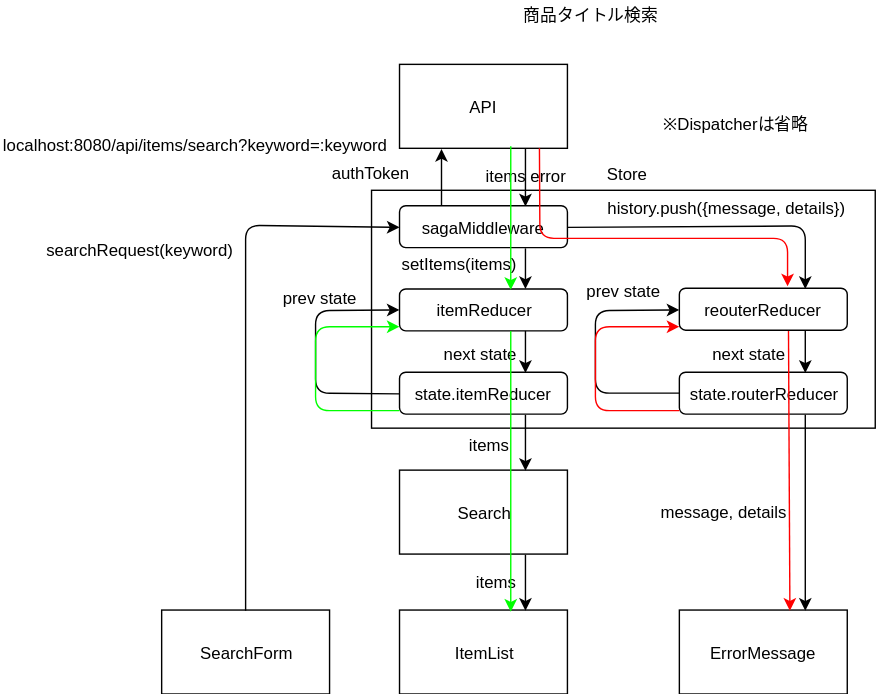
emgniddikur/react-app keeps this draw.io diagram as diagram/dataFlow/search.svg. Above is the earlier version. Source tidied: cells renumbered, new cells last; positions are measured from the earlier drawing's top-left corner, leaving out a move shared by most shapes.
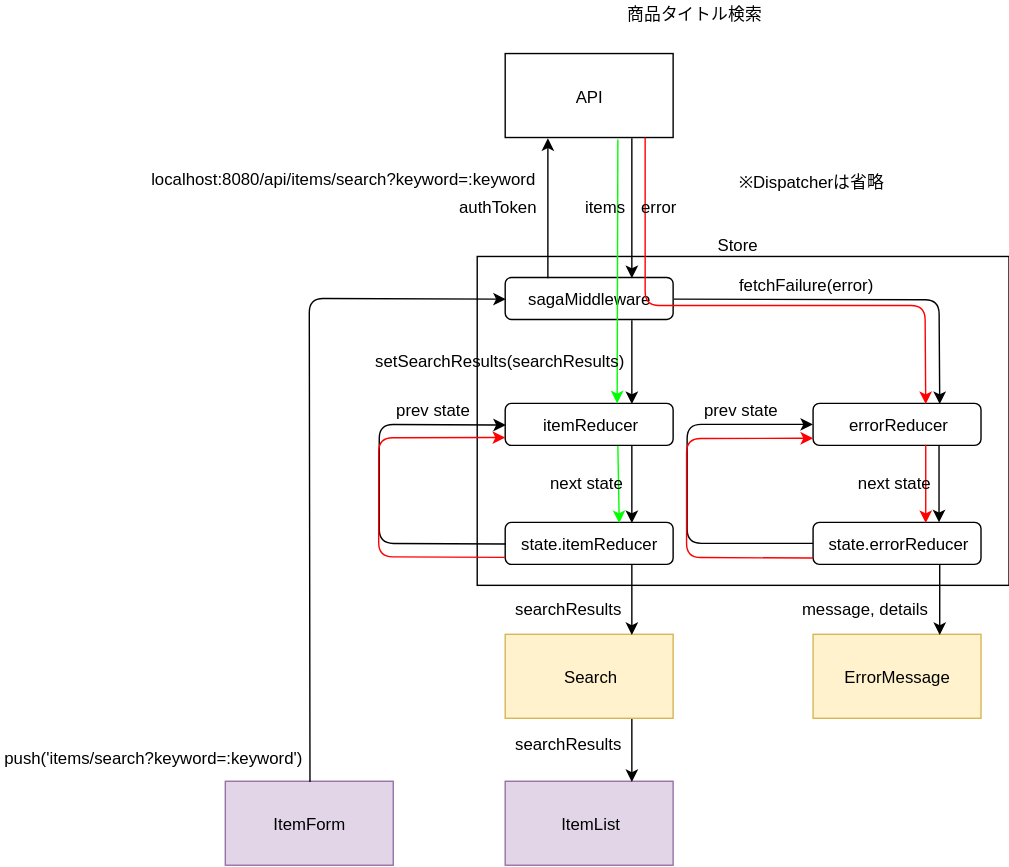
Later version of the same file.

The edit, as a diff of the source:
```diff
@@ -4,14 +4,11 @@
     <mxCell id="1" parent="0" />
-    <mxCell id="2" value="Search" style="rounded=0;whiteSpace=wrap;html=1;" parent="1" vertex="1">
-      <mxGeometry x="285" y="334.5" width="120" height="60" as="geometry" />
-    </mxCell>
-    <mxCell id="3" style="rounded=0;whiteSpace=wrap;html=1;" parent="1" vertex="1">
-      <mxGeometry x="265" y="134.5" width="360" height="170" as="geometry" />
-    </mxCell>
-    <mxCell id="4" value="ItemList" style="rounded=0;whiteSpace=wrap;html=1;" parent="1" vertex="1">
-      <mxGeometry x="285" y="434.5" width="120" height="60" as="geometry" />
-    </mxCell>
-    <mxCell id="5" style="endArrow=classic;html=1;entryX=0.75;entryY=0;entryDx=0;entryDy=0;exitX=0.75;exitY=1;exitDx=0;exitDy=0;" parent="1" edge="1" source="2" target="4">
-      <mxGeometry relative="1" as="geometry" />
-    </mxCell>
+    <mxCell id="48" style="rounded=0;whiteSpace=wrap;html=1;" parent="1" vertex="1">
+      <mxGeometry x="-335.5" y="173.5" width="380" height="235" as="geometry" />
+    </mxCell>
+    <mxCell id="8" value="API&lt;br&gt;" style="rounded=0;whiteSpace=wrap;html=1;" parent="1" vertex="1">
+      <mxGeometry x="-315.5" y="28.5" width="120" height="60" as="geometry" />
+    </mxCell>
+    <mxCell id="9" value="sagaMiddleware" style="rounded=1;whiteSpace=wrap;html=1;" parent="1" vertex="1">
+      <mxGeometry x="-315.5" y="188.5" width="120" height="30" as="geometry" />
+    </mxCell>
     <mxCell id="6" style="endArrow=classic;html=1;entryX=0.25;entryY=1;entryDx=0;entryDy=0;exitX=0.25;exitY=0;exitDx=0;exitDy=0;" parent="1" edge="1" source="9" target="8">
@@ -22,30 +19,30 @@
     </mxCell>
-    <mxCell id="8" value="API&lt;br&gt;" style="rounded=0;whiteSpace=wrap;html=1;" parent="1" vertex="1">
-      <mxGeometry x="285" y="44.5" width="120" height="60" as="geometry" />
-    </mxCell>
-    <mxCell id="9" value="sagaMiddleware" style="rounded=1;whiteSpace=wrap;html=1;" parent="1" vertex="1">
-      <mxGeometry x="285" y="145.5" width="120" height="30" as="geometry" />
-    </mxCell>
+    <mxCell id="14" value="itemReducer" style="rounded=1;whiteSpace=wrap;html=1;" parent="1" vertex="1">
+      <mxGeometry x="-315.5" y="278.5" width="120" height="30" as="geometry" />
+    </mxCell>
+    <mxCell id="13" style="endArrow=classic;html=1;entryX=0.75;entryY=0;entryDx=0;entryDy=0;exitX=0.75;exitY=1;exitDx=0;exitDy=0;" parent="1" edge="1" source="9" target="14">
+      <mxGeometry relative="1" as="geometry" />
+    </mxCell>
+    <mxCell id="25" value="authToken" style="text;html=1;align=left;verticalAlign=top;spacingTop=-4;" parent="1" vertex="1">
+      <mxGeometry x="-350.5" y="128.5" width="70" height="20" as="geometry" />
+    </mxCell>
+    <mxCell id="38" value="localhost:8080/api/items/search?keyword=:keyword" style="text;html=1;align=left;verticalAlign=top;spacingTop=-4;" parent="1" vertex="1">
+      <mxGeometry x="-570.5" y="108.5" width="290" height="20" as="geometry" />
+    </mxCell>
+    <mxCell id="49" value="errorReducer&lt;br&gt;" style="rounded=1;whiteSpace=wrap;html=1;" parent="1" vertex="1">
+      <mxGeometry x="-95.5" y="278.5" width="120" height="30" as="geometry" />
+    </mxCell>
+    <mxCell id="50" style="endArrow=classic;html=1;entryX=0.75;entryY=0;entryDx=0;entryDy=0;exitX=1;exitY=0.5;exitDx=0;exitDy=0;" parent="1" edge="1" source="9" target="49">
+      <mxGeometry relative="1" as="geometry">
+        <Array as="points">
+          <mxPoint x="-5.5" y="204.5" />
+        </Array>
+      </mxGeometry>
+    </mxCell>
     <mxCell id="10" value="state.itemReducer" style="rounded=1;whiteSpace=wrap;html=1;" parent="1" vertex="1">
-      <mxGeometry x="285" y="264.5" width="120" height="30" as="geometry" />
+      <mxGeometry x="-315.5" y="363.5" width="120" height="30" as="geometry" />
     </mxCell>
-    <mxCell id="11" value="SearchForm" style="rounded=0;whiteSpace=wrap;html=1;" parent="1" vertex="1">
-      <mxGeometry x="115" y="434.5" width="120" height="60" as="geometry" />
-    </mxCell>
-    <mxCell id="12" style="endArrow=classic;html=1;entryX=0;entryY=0.5;entryDx=0;entryDy=0;exitX=0.5;exitY=0;exitDx=0;exitDy=0;" parent="1" edge="1" source="11" target="9">
-      <mxGeometry relative="1" as="geometry">
-        <Array as="points">
-          <mxPoint x="175" y="159.5" />
-        </Array>
-      </mxGeometry>
-    </mxCell>
-    <mxCell id="13" style="endArrow=classic;html=1;entryX=0.75;entryY=0;entryDx=0;entryDy=0;exitX=0.75;exitY=1;exitDx=0;exitDy=0;" parent="1" edge="1" source="9" target="14">
-      <mxGeometry relative="1" as="geometry" />
-    </mxCell>
-    <mxCell id="14" value="itemReducer" style="rounded=1;whiteSpace=wrap;html=1;" parent="1" vertex="1">
-      <mxGeometry x="285" y="205" width="120" height="30" as="geometry" />
-    </mxCell>
-    <mxCell id="15" style="endArrow=classic;html=1;entryX=0.75;entryY=0;entryDx=0;entryDy=0;exitX=0.75;exitY=1;exitDx=0;exitDy=0;" parent="1" edge="1" source="14" target="10">
-      <mxGeometry relative="1" as="geometry" />
-    </mxCell>
+    <mxCell id="51" style="endArrow=classic;html=1;entryX=0.75;entryY=0;entryDx=0;entryDy=0;exitX=0.75;exitY=1;exitDx=0;exitDy=0;" parent="1" edge="1" source="14" target="10">
+      <mxGeometry relative="1" as="geometry" />
+    </mxCell>
     <mxCell id="16" style="endArrow=classic;html=1;entryX=0;entryY=0.5;entryDx=0;entryDy=0;exitX=0;exitY=0.5;exitDx=0;exitDy=0;" parent="1" edge="1" source="10" target="14">
@@ -53,4 +50,5 @@
         <Array as="points">
-          <mxPoint x="225" y="279.5" />
-          <mxPoint x="225" y="220.5" />
+          <mxPoint x="-405.5" y="378.5" />
+          <mxPoint x="-405.5" y="338.5" />
+          <mxPoint x="-405.5" y="293.5" />
         </Array>
@@ -58,28 +56,43 @@
     </mxCell>
-    <mxCell id="17" value="reouterReducer&lt;br&gt;" style="rounded=1;whiteSpace=wrap;html=1;" parent="1" vertex="1">
-      <mxGeometry x="485" y="204.5" width="120" height="30" as="geometry" />
-    </mxCell>
-    <mxCell id="18" style="endArrow=classic;html=1;entryX=0.75;entryY=0;entryDx=0;entryDy=0;exitX=1;exitY=0.5;exitDx=0;exitDy=0;" parent="1" edge="1" source="9" target="17">
-      <mxGeometry relative="1" as="geometry">
-        <Array as="points">
-          <mxPoint x="575" y="160" />
-        </Array>
-      </mxGeometry>
-    </mxCell>
-    <mxCell id="19" value="state.routerReducer" style="rounded=1;whiteSpace=wrap;html=1;" parent="1" vertex="1">
-      <mxGeometry x="485" y="264.5" width="120" height="30" as="geometry" />
-    </mxCell>
-    <mxCell id="20" style="endArrow=classic;html=1;entryX=0;entryY=0.5;entryDx=0;entryDy=0;exitX=0;exitY=0.5;exitDx=0;exitDy=0;" parent="1" edge="1">
-      <mxGeometry relative="1" as="geometry">
-        <mxPoint x="485" y="279.5" as="sourcePoint" />
-        <mxPoint x="485" y="220" as="targetPoint" />
-        <Array as="points">
-          <mxPoint x="425" y="279.5" />
-          <mxPoint x="425" y="220.5" />
-        </Array>
-      </mxGeometry>
-    </mxCell>
-    <mxCell id="21" style="endArrow=classic;html=1;entryX=0.75;entryY=0;entryDx=0;entryDy=0;exitX=0.75;exitY=1;exitDx=0;exitDy=0;" parent="1" edge="1" source="17" target="19">
-      <mxGeometry relative="1" as="geometry" />
-    </mxCell>
+    <mxCell id="52" value="state.errorReducer" style="rounded=1;whiteSpace=wrap;html=1;" parent="1" vertex="1">
+      <mxGeometry x="-95.5" y="363.5" width="120" height="30" as="geometry" />
+    </mxCell>
+    <mxCell id="53" style="endArrow=classic;html=1;entryX=0.75;entryY=0;entryDx=0;entryDy=0;" parent="1" edge="1">
+      <mxGeometry relative="1" as="geometry">
+        <mxPoint x="-5.5" y="308.5" as="sourcePoint" />
+        <mxPoint x="-5.5" y="363.5" as="targetPoint" />
+      </mxGeometry>
+    </mxCell>
+    <mxCell id="54" value="prev state" style="text;html=1;align=left;verticalAlign=top;spacingTop=-4;" parent="1" vertex="1">
+      <mxGeometry x="-395.5" y="273.5" width="70" height="20" as="geometry" />
+    </mxCell>
+    <mxCell id="55" style="endArrow=classic;html=1;entryX=0;entryY=0.5;entryDx=0;entryDy=0;exitX=0;exitY=0.5;exitDx=0;exitDy=0;" parent="1" edge="1">
+      <mxGeometry relative="1" as="geometry">
+        <mxPoint x="-95.5" y="378.5" as="sourcePoint" />
+        <mxPoint x="-95.5" y="293.5" as="targetPoint" />
+        <Array as="points">
+          <mxPoint x="-185.5" y="378.5" />
+          <mxPoint x="-185.5" y="338.5" />
+          <mxPoint x="-185.5" y="293.5" />
+        </Array>
+      </mxGeometry>
+    </mxCell>
+    <mxCell id="56" value="prev state" style="text;html=1;align=left;verticalAlign=top;spacingTop=-4;" parent="1" vertex="1">
+      <mxGeometry x="-175.5" y="273.5" width="70" height="20" as="geometry" />
+    </mxCell>
+    <mxCell id="57" value="fetchFailure(error)" style="text;html=1;align=left;verticalAlign=top;spacingTop=-4;" parent="1" vertex="1">
+      <mxGeometry x="-150.5" y="184.5" width="110" height="20" as="geometry" />
+    </mxCell>
+    <mxCell id="2" value="Search" style="rounded=0;whiteSpace=wrap;html=1;fillColor=#fff2cc;strokeColor=#d6b656;" parent="1" vertex="1">
+      <mxGeometry x="-315.5" y="443.5" width="120" height="60" as="geometry" />
+    </mxCell>
+    <mxCell id="4" value="ItemList" style="rounded=0;whiteSpace=wrap;html=1;fillColor=#e1d5e7;strokeColor=#9673a6;" parent="1" vertex="1">
+      <mxGeometry x="-315.5" y="548.5" width="120" height="60" as="geometry" />
+    </mxCell>
+    <mxCell id="58" value="ItemForm" style="rounded=0;whiteSpace=wrap;html=1;fillColor=#e1d5e7;strokeColor=#9673a6;" parent="1" vertex="1">
+      <mxGeometry x="-515.5" y="548.5" width="120" height="60" as="geometry" />
+    </mxCell>
+    <mxCell id="34" value="ErrorMessage" style="rounded=0;whiteSpace=wrap;html=1;fillColor=#fff2cc;strokeColor=#d6b656;" parent="1" vertex="1">
+      <mxGeometry x="-95.5" y="443.5" width="120" height="60" as="geometry" />
+    </mxCell>
     <mxCell id="22" style="endArrow=classic;html=1;entryX=0.75;entryY=0;entryDx=0;entryDy=0;exitX=0.75;exitY=1;exitDx=0;exitDy=0;" parent="1" edge="1" source="10" target="2">
@@ -87,106 +100,92 @@
     </mxCell>
+    <mxCell id="59" value="searchResults" style="text;html=1;align=left;verticalAlign=top;spacingTop=-4;" parent="1" vertex="1">
+      <mxGeometry x="-310.5" y="416" width="90" height="20" as="geometry" />
+    </mxCell>
+    <mxCell id="5" style="endArrow=classic;html=1;entryX=0.75;entryY=0;entryDx=0;entryDy=0;exitX=0.75;exitY=1;exitDx=0;exitDy=0;" parent="1" edge="1" source="2" target="4">
+      <mxGeometry relative="1" as="geometry" />
+    </mxCell>
+    <mxCell id="60" style="endArrow=classic;html=1;entryX=0.75;entryY=0;entryDx=0;entryDy=0;exitX=0.75;exitY=1;exitDx=0;exitDy=0;" parent="1" edge="1" source="52" target="34">
+      <mxGeometry relative="1" as="geometry" />
+    </mxCell>
+    <mxCell id="36" value="message, details&lt;br&gt;" style="text;html=1;align=left;verticalAlign=top;spacingTop=-4;" parent="1" vertex="1">
+      <mxGeometry x="-105.5" y="416" width="110" height="20" as="geometry" />
+    </mxCell>
+    <mxCell id="61" value="searchResults" style="text;html=1;align=left;verticalAlign=top;spacingTop=-4;" parent="1" vertex="1">
+      <mxGeometry x="-310.5" y="512.5" width="90" height="20" as="geometry" />
+    </mxCell>
+    <mxCell id="62" style="endArrow=classic;html=1;entryX=0;entryY=0.5;entryDx=0;entryDy=0;exitX=0.5;exitY=0;exitDx=0;exitDy=0;" parent="1" edge="1" source="58" target="9">
+      <mxGeometry relative="1" as="geometry">
+        <Array as="points">
+          <mxPoint x="-455.5" y="203.5" />
+        </Array>
+      </mxGeometry>
+    </mxCell>
+    <mxCell id="63" value="push('items/search?keyword=:keyword')" style="text;html=1;align=left;verticalAlign=top;spacingTop=-4;" parent="1" vertex="1">
+      <mxGeometry x="-675.5" y="522.5" width="230" height="20" as="geometry" />
+    </mxCell>
+    <mxCell id="64" style="endArrow=classic;html=1;strokeColor=#FF0000;entryX=0.667;entryY=0.013;entryDx=0;entryDy=0;entryPerimeter=0;" parent="1" edge="1" target="49">
+      <mxGeometry relative="1" as="geometry">
+        <mxPoint x="-215.5" y="88.5" as="sourcePoint" />
+        <Array as="points">
+          <mxPoint x="-215.5" y="208.5" />
+          <mxPoint x="-15.5" y="208.5" />
+        </Array>
+      </mxGeometry>
+    </mxCell>
+    <mxCell id="65" style="endArrow=classic;html=1;strokeColor=#FF0000;exitX=0.671;exitY=0.983;exitDx=0;exitDy=0;exitPerimeter=0;entryX=0.671;entryY=0;entryDx=0;entryDy=0;entryPerimeter=0;" parent="1" edge="1" source="49" target="52">
+      <mxGeometry relative="1" as="geometry" />
+    </mxCell>
+    <mxCell id="66" style="endArrow=classic;html=1;strokeColor=#00FF00;exitX=0.667;exitY=1.017;exitDx=0;exitDy=0;exitPerimeter=0;" parent="1" edge="1" source="8">
+      <mxGeometry relative="1" as="geometry">
+        <mxPoint x="-235.5" y="278.5" as="targetPoint" />
+      </mxGeometry>
+    </mxCell>
+    <mxCell id="67" style="endArrow=classic;html=1;strokeColor=#00FF00;entryX=0.675;entryY=0;entryDx=0;entryDy=0;entryPerimeter=0;exitX=0.671;exitY=1;exitDx=0;exitDy=0;exitPerimeter=0;" parent="1" edge="1" source="14" target="10">
+      <mxGeometry relative="1" as="geometry" />
+    </mxCell>
+    <mxCell id="68" style="endArrow=classic;html=1;entryX=0;entryY=0.5;entryDx=0;entryDy=0;exitX=0;exitY=0.5;exitDx=0;exitDy=0;strokeColor=#FF0000;" parent="1" edge="1">
+      <mxGeometry relative="1" as="geometry">
+        <mxPoint x="-315.5" y="388.5" as="sourcePoint" />
+        <mxPoint x="-315.5" y="302.9" as="targetPoint" />
+        <Array as="points">
+          <mxPoint x="-405.9" y="388.1" />
+          <mxPoint x="-405.9" y="348.1" />
+          <mxPoint x="-405.9" y="303.1" />
+        </Array>
+      </mxGeometry>
+    </mxCell>
+    <mxCell id="69" value="items" style="text;html=1;align=left;verticalAlign=top;spacingTop=-4;" parent="1" vertex="1">
+      <mxGeometry x="-260.5" y="128.5" width="40" height="20" as="geometry" />
+    </mxCell>
+    <mxCell id="37" value="error" style="text;html=1;align=left;verticalAlign=top;spacingTop=-4;" parent="1" vertex="1">
+      <mxGeometry x="-220.5" y="128.5" width="40" height="20" as="geometry" />
+    </mxCell>
+    <mxCell id="70" value="setSearchResults(searchResults)" style="text;html=1;align=left;verticalAlign=top;spacingTop=-4;" parent="1" vertex="1">
+      <mxGeometry x="-410.5" y="238.5" width="190" height="20" as="geometry" />
+    </mxCell>
+    <mxCell id="71" value="next state" style="text;html=1;align=left;verticalAlign=top;spacingTop=-4;" parent="1" vertex="1">
+      <mxGeometry x="-65.5" y="326" width="70" height="20" as="geometry" />
+    </mxCell>
+    <mxCell id="72" value="next state" style="text;html=1;align=left;verticalAlign=top;spacingTop=-4;" parent="1" vertex="1">
+      <mxGeometry x="-285.5" y="326" width="70" height="20" as="geometry" />
+    </mxCell>
+    <mxCell id="73" style="endArrow=classic;html=1;entryX=0;entryY=0.5;entryDx=0;entryDy=0;exitX=0;exitY=0.5;exitDx=0;exitDy=0;fillColor=#a20025;strokeColor=#FF0000;" parent="1" edge="1">
+      <mxGeometry relative="1" as="geometry">
+        <mxPoint x="-95.5" y="389" as="sourcePoint" />
+        <mxPoint x="-95.5" y="303.4" as="targetPoint" />
+        <Array as="points">
+          <mxPoint x="-185.9" y="388.6" />
+          <mxPoint x="-185.9" y="348.6" />
+          <mxPoint x="-185.9" y="303.6" />
+        </Array>
+      </mxGeometry>
+    </mxCell>
+    <mxCell id="40" value="※Dispatcherは省略" style="text;html=1;align=left;verticalAlign=top;spacingTop=-4;" parent="1" vertex="1">
+      <mxGeometry x="-150.5" y="111" width="120" height="20" as="geometry" />
+    </mxCell>
     <mxCell id="23" value="商品タイトル検索&lt;br&gt;" style="text;html=1;align=left;verticalAlign=top;spacingTop=-4;" parent="1" vertex="1">
-      <mxGeometry x="372" y="-0.5" width="110" height="20" as="geometry" />
+      <mxGeometry x="-230.5" y="-9" width="110" height="20" as="geometry" />
     </mxCell>
-    <mxCell id="24" value="searchRequest(keyword)" style="text;html=1;align=left;verticalAlign=top;spacingTop=-4;" parent="1" vertex="1">
-      <mxGeometry x="31" y="167.5" width="150" height="20" as="geometry" />
-    </mxCell>
-    <mxCell id="25" value="authToken" style="text;html=1;align=left;verticalAlign=top;spacingTop=-4;" parent="1" vertex="1">
-      <mxGeometry x="235" y="113" width="70" height="20" as="geometry" />
-    </mxCell>
-    <mxCell id="26" value="items" style="text;html=1;align=left;verticalAlign=top;spacingTop=-4;" parent="1" vertex="1">
-      <mxGeometry x="345" y="115" width="40" height="20" as="geometry" />
-    </mxCell>
-    <mxCell id="27" value="prev state" style="text;html=1;align=left;verticalAlign=top;spacingTop=-4;" parent="1" vertex="1">
-      <mxGeometry x="200" y="202" width="70" height="20" as="geometry" />
-    </mxCell>
-    <mxCell id="28" value="next state" style="text;html=1;align=left;verticalAlign=top;spacingTop=-4;" parent="1" vertex="1">
-      <mxGeometry x="315" y="242" width="70" height="20" as="geometry" />
-    </mxCell>
-    <mxCell id="29" value="setItems(items)" style="text;html=1;align=left;verticalAlign=top;spacingTop=-4;" parent="1" vertex="1">
-      <mxGeometry x="285" y="177.5" width="100" height="20" as="geometry" />
-    </mxCell>
-    <mxCell id="30" value="items" style="text;html=1;align=left;verticalAlign=top;spacingTop=-4;" parent="1" vertex="1">
-      <mxGeometry x="338" y="404.5" width="40" height="20" as="geometry" />
-    </mxCell>
-    <mxCell id="31" value="items" style="text;html=1;align=left;verticalAlign=top;spacingTop=-4;" parent="1" vertex="1">
-      <mxGeometry x="333" y="307" width="40" height="20" as="geometry" />
-    </mxCell>
-    <mxCell id="32" value="prev state" style="text;html=1;align=left;verticalAlign=top;spacingTop=-4;" parent="1" vertex="1">
-      <mxGeometry x="417" y="197" width="70" height="20" as="geometry" />
-    </mxCell>
-    <mxCell id="33" value="next state" style="text;html=1;align=left;verticalAlign=top;spacingTop=-4;" parent="1" vertex="1">
-      <mxGeometry x="507" y="242" width="70" height="20" as="geometry" />
-    </mxCell>
-    <mxCell id="34" value="ErrorMessage" style="rounded=0;whiteSpace=wrap;html=1;" parent="1" vertex="1">
-      <mxGeometry x="485" y="434.5" width="120" height="60" as="geometry" />
-    </mxCell>
-    <mxCell id="35" style="endArrow=classic;html=1;entryX=0.75;entryY=0;entryDx=0;entryDy=0;exitX=0.75;exitY=1;exitDx=0;exitDy=0;" parent="1" edge="1" source="19" target="34">
-      <mxGeometry relative="1" as="geometry" />
-    </mxCell>
-    <mxCell id="36" value="message, details" style="text;html=1;align=left;verticalAlign=top;spacingTop=-4;" parent="1" vertex="1">
-      <mxGeometry x="470" y="354.5" width="110" height="20" as="geometry" />
-    </mxCell>
-    <mxCell id="37" value="error" style="text;html=1;align=left;verticalAlign=top;spacingTop=-4;" parent="1" vertex="1">
-      <mxGeometry x="377" y="115" width="40" height="20" as="geometry" />
-    </mxCell>
-    <mxCell id="38" value="localhost:8080/api/items/search?keyword=:keyword" style="text;html=1;align=left;verticalAlign=top;spacingTop=-4;" parent="1" vertex="1">
-      <mxGeometry y="93" width="290" height="20" as="geometry" />
-    </mxCell>
-    <mxCell id="39" value="history.push({message, details})" style="text;html=1;align=left;verticalAlign=top;spacingTop=-4;" parent="1" vertex="1">
-      <mxGeometry x="432" y="138" width="190" height="20" as="geometry" />
-    </mxCell>
-    <mxCell id="40" value="※Dispatcherは省略" style="text;html=1;align=left;verticalAlign=top;spacingTop=-4;" parent="1" vertex="1">
-      <mxGeometry x="472" y="77.5" width="120" height="20" as="geometry" />
-    </mxCell>
-    <mxCell id="41" style="endArrow=classic;html=1;strokeColor=#FF0000;exitX=0.858;exitY=1.017;exitDx=0;exitDy=0;exitPerimeter=0;entryX=0.667;entryY=-0.033;entryDx=0;entryDy=0;entryPerimeter=0;" parent="1" edge="1">
-      <mxGeometry relative="1" as="geometry">
-        <mxPoint x="385" y="104.5" as="sourcePoint" />
-        <mxPoint x="562.3" y="203.2" as="targetPoint" />
-        <Array as="points">
-          <mxPoint x="385.3" y="168.8" />
-          <mxPoint x="562.3" y="168.8" />
-        </Array>
-      </mxGeometry>
-    </mxCell>
-    <mxCell id="42" style="endArrow=classic;html=1;strokeColor=#FF0000;" parent="1" edge="1">
-      <mxGeometry relative="1" as="geometry">
-        <mxPoint x="485" y="292" as="sourcePoint" />
-        <mxPoint x="485" y="232" as="targetPoint" />
-        <Array as="points">
-          <mxPoint x="425" y="292" />
-          <mxPoint x="425" y="232" />
-        </Array>
-      </mxGeometry>
-    </mxCell>
-    <mxCell id="43" style="endArrow=classic;html=1;strokeColor=#FF0000;" parent="1" edge="1">
-      <mxGeometry relative="1" as="geometry">
-        <mxPoint x="563" y="235" as="sourcePoint" />
-        <mxPoint x="564" y="435" as="targetPoint" />
-      </mxGeometry>
-    </mxCell>
-    <mxCell id="44" style="endArrow=classic;html=1;strokeColor=#00FF00;exitX=0.667;exitY=0.983;exitDx=0;exitDy=0;exitPerimeter=0;entryX=0.671;entryY=0.033;entryDx=0;entryDy=0;entryPerimeter=0;" parent="1" edge="1">
-      <mxGeometry relative="1" as="geometry">
-        <mxPoint x="364.5" y="103" as="sourcePoint" />
-        <mxPoint x="364.5" y="205.7" as="targetPoint" />
-      </mxGeometry>
-    </mxCell>
-    <mxCell id="45" style="endArrow=classic;html=1;strokeColor=#00FF00;exitX=0.667;exitY=0.983;exitDx=0;exitDy=0;exitPerimeter=0;" parent="1" edge="1">
-      <mxGeometry relative="1" as="geometry">
-        <mxPoint x="364.5" y="235" as="sourcePoint" />
-        <mxPoint x="364.5" y="435.7" as="targetPoint" />
-      </mxGeometry>
-    </mxCell>
-    <mxCell id="46" style="endArrow=classic;html=1;strokeColor=#00FF00;" parent="1" edge="1">
-      <mxGeometry relative="1" as="geometry">
-        <mxPoint x="285" y="292" as="sourcePoint" />
-        <mxPoint x="285" y="232" as="targetPoint" />
-        <Array as="points">
-          <mxPoint x="225" y="292" />
-          <mxPoint x="225" y="232" />
-        </Array>
-      </mxGeometry>
-    </mxCell>
     <mxCell id="47" value="Store" style="text;html=1;strokeColor=none;fillColor=none;align=center;verticalAlign=middle;whiteSpace=wrap;rounded=0;" parent="1" vertex="1">
-      <mxGeometry x="427" y="113" width="40" height="20" as="geometry" />
+      <mxGeometry x="-170.5" y="154.5" width="40" height="20" as="geometry" />
     </mxCell>
```
